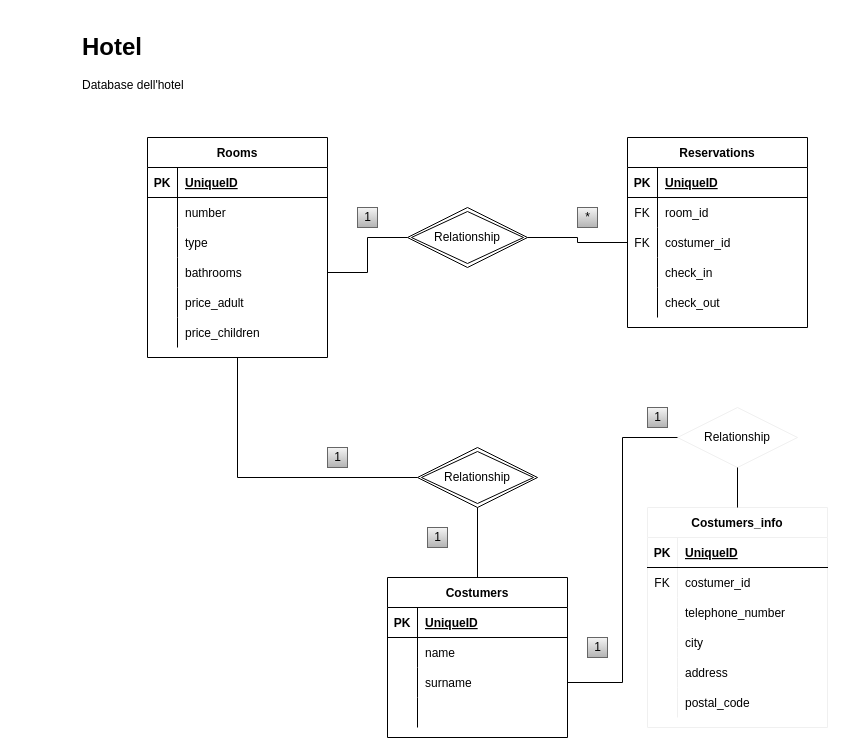
federico1989/db-first keeps this draw.io diagram as diagram.drawio. Above is the earlier version. Source tidied: cells renumbered, new cells numbered last; positions are measured from the earlier drawing's top-left corner, leaving out a move shared by most shapes. Both pictures are drawn from the tidied source at 100%, with x=0, y=0 at pixel (77, 27).
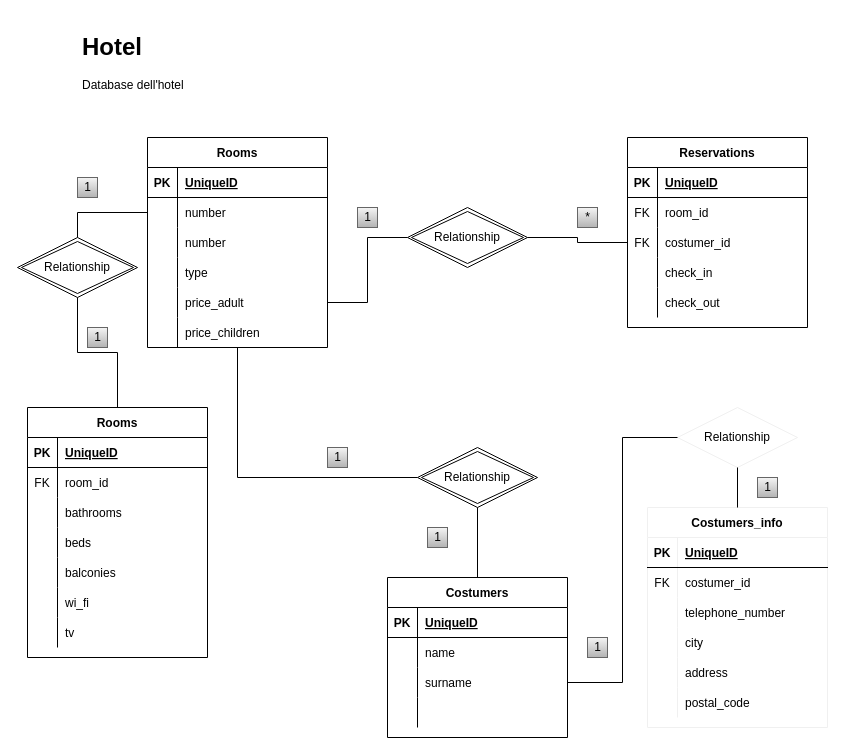
After the change.

Commit message (it also covers changes not shown here):
Info stanza

Aggiunta info della stanza nel database

The edit, as a diff of the source:
```diff
@@
     <mxCell id="3" value="Rooms" style="shape=table;startSize=30;childLayout=tableLayout;rowLines=0;fontStyle=1;align=center;" parent="1" vertex="1">
-      <mxGeometry x="70" y="110" width="180" height="220" as="geometry" />
+      <mxGeometry x="70" y="110" width="180" height="210" as="geometry" />
     </mxCell>
@@
+    <mxCell id="85" style="shape=partialRectangle;fillColor=none;top=0;left=0;bottom=0;right=0;points=[[0,0.5],[1,0.5]];portConstraint=eastwest;" parent="3" vertex="1">
+      <mxGeometry y="60" width="180" height="30" as="geometry" />
+    </mxCell>
+    <mxCell id="86" style="shape=partialRectangle;fillColor=none;top=0;left=0;bottom=0;right=0;overflow=hidden;" parent="85" vertex="1">
+      <mxGeometry width="30" height="30" as="geometry" />
+    </mxCell>
+    <mxCell id="87" value="number" style="shape=partialRectangle;fillColor=none;top=0;left=0;bottom=0;right=0;align=left;spacingLeft=6;overflow=hidden;" parent="85" vertex="1">
+      <mxGeometry x="30" width="150" height="30" as="geometry" />
+    </mxCell>
     <mxCell id="7" style="shape=partialRectangle;fillColor=none;top=0;left=0;bottom=0;right=0;" parent="3" vertex="1">
-      <mxGeometry y="60" width="180" height="30" as="geometry" />
+      <mxGeometry y="90" width="180" height="30" as="geometry" />
     </mxCell>
@@
     <mxCell id="10" style="shape=partialRectangle;fillColor=none;top=0;left=0;bottom=0;right=0;" parent="3" vertex="1">
-      <mxGeometry y="90" width="180" height="30" as="geometry" />
+      <mxGeometry y="120" width="180" height="30" as="geometry" />
     </mxCell>
@@
     <mxCell id="13" style="shape=partialRectangle;fillColor=none;top=0;left=0;bottom=0;right=0;points=[[0,0.5],[1,0.5]];portConstraint=eastwest;" parent="3" vertex="1">
-      <mxGeometry y="120" width="180" height="30" as="geometry" />
+      <mxGeometry y="150" width="180" height="30" as="geometry" />
     </mxCell>
@@
-    <mxCell id="15" value="bathrooms" style="shape=partialRectangle;fillColor=none;top=0;left=0;bottom=0;right=0;align=left;spacingLeft=6;overflow=hidden;" parent="13" vertex="1">
+    <mxCell id="15" style="shape=partialRectangle;fillColor=none;top=0;left=0;bottom=0;right=0;align=left;spacingLeft=6;overflow=hidden;" parent="13" vertex="1">
       <mxGeometry x="30" width="150" height="30" as="geometry" />
     </mxCell>
-    <mxCell id="16" style="shape=partialRectangle;fillColor=none;top=0;left=0;bottom=0;right=0;" parent="3" vertex="1">
-      <mxGeometry y="150" width="180" height="30" as="geometry" />
-    </mxCell>
-    <mxCell id="17" style="shape=partialRectangle;fillColor=none;top=0;left=0;bottom=0;right=0;overflow=hidden;" parent="16" vertex="1">
-      <mxGeometry width="30" height="30" as="geometry" />
-    </mxCell>
-    <mxCell id="18" value="price_adult" style="shape=partialRectangle;fillColor=none;top=0;left=0;bottom=0;right=0;align=left;spacingLeft=6;overflow=hidden;" parent="16" vertex="1">
-      <mxGeometry x="30" width="150" height="30" as="geometry" />
-    </mxCell>
@@
     <mxCell id="84" value="&lt;font color=&quot;#000000&quot;&gt;1&lt;/font&gt;" style="text;html=1;align=center;verticalAlign=middle;gradientColor=#b3b3b3;fillColor=#f5f5f5;strokeColor=#666666;" parent="1" vertex="1">
-      <mxGeometry x="570" y="380" width="20" height="20" as="geometry" />
+      <mxGeometry x="680" y="450" width="20" height="20" as="geometry" />
     </mxCell>
+    <mxCell id="88" value="Rooms" style="shape=table;startSize=30;childLayout=tableLayout;rowLines=0;fontStyle=1;align=center;" parent="1" vertex="1">
+      <mxGeometry x="-50" y="380" width="180" height="250" as="geometry" />
+    </mxCell>
+    <mxCell id="89" style="shape=partialRectangle;fillColor=none;top=0;left=0;bottom=1;right=0;" parent="88" vertex="1">
+      <mxGeometry y="30" width="180" height="30" as="geometry" />
+    </mxCell>
+    <mxCell id="90" value="PK" style="shape=partialRectangle;fillColor=none;top=0;left=0;bottom=0;right=0;fontStyle=1;overflow=hidden;" parent="89" vertex="1">
+      <mxGeometry width="30" height="30" as="geometry" />
+    </mxCell>
+    <mxCell id="91" value="UniqueID" style="shape=partialRectangle;fillColor=none;top=0;left=0;bottom=0;right=0;align=left;spacingLeft=6;fontStyle=5;overflow=hidden;" parent="89" vertex="1">
+      <mxGeometry x="30" width="150" height="30" as="geometry" />
+    </mxCell>
+    <mxCell id="92" style="shape=partialRectangle;fillColor=none;top=0;left=0;bottom=0;right=0;" parent="88" vertex="1">
+      <mxGeometry y="60" width="180" height="30" as="geometry" />
+    </mxCell>
+    <mxCell id="93" value="FK" style="shape=partialRectangle;fillColor=none;top=0;left=0;bottom=0;right=0;overflow=hidden;" parent="92" vertex="1">
+      <mxGeometry width="30" height="30" as="geometry" />
+    </mxCell>
+    <mxCell id="94" value="room_id" style="shape=partialRectangle;fillColor=none;top=0;left=0;bottom=0;right=0;align=left;spacingLeft=6;overflow=hidden;" parent="92" vertex="1">
+      <mxGeometry x="30" width="150" height="30" as="geometry" />
+    </mxCell>
+    <mxCell id="95" style="shape=partialRectangle;fillColor=none;top=0;left=0;bottom=0;right=0;" parent="88" vertex="1">
+      <mxGeometry y="90" width="180" height="30" as="geometry" />
+    </mxCell>
+    <mxCell id="96" style="shape=partialRectangle;fillColor=none;top=0;left=0;bottom=0;right=0;overflow=hidden;" parent="95" vertex="1">
+      <mxGeometry width="30" height="30" as="geometry" />
+    </mxCell>
+    <mxCell id="97" value="bathrooms" style="shape=partialRectangle;fillColor=none;top=0;left=0;bottom=0;right=0;align=left;spacingLeft=6;overflow=hidden;" parent="95" vertex="1">
+      <mxGeometry x="30" width="150" height="30" as="geometry" />
+    </mxCell>
+    <mxCell id="98" style="shape=partialRectangle;fillColor=none;top=0;left=0;bottom=0;right=0;" parent="88" vertex="1">
+      <mxGeometry y="120" width="180" height="30" as="geometry" />
+    </mxCell>
+    <mxCell id="99" style="shape=partialRectangle;fillColor=none;top=0;left=0;bottom=0;right=0;overflow=hidden;" parent="98" vertex="1">
+      <mxGeometry width="30" height="30" as="geometry" />
+    </mxCell>
+    <mxCell id="100" value="beds" style="shape=partialRectangle;fillColor=none;top=0;left=0;bottom=0;right=0;align=left;spacingLeft=6;overflow=hidden;" parent="98" vertex="1">
+      <mxGeometry x="30" width="150" height="30" as="geometry" />
+    </mxCell>
+    <mxCell id="16" style="shape=partialRectangle;fillColor=none;top=0;left=0;bottom=0;right=0;" parent="88" vertex="1">
+      <mxGeometry y="150" width="180" height="30" as="geometry" />
+    </mxCell>
+    <mxCell id="101" style="shape=partialRectangle;fillColor=none;top=0;left=0;bottom=0;right=0;overflow=hidden;" parent="16" vertex="1">
+      <mxGeometry width="30" height="30" as="geometry" />
+    </mxCell>
+    <mxCell id="102" value="balconies" style="shape=partialRectangle;fillColor=none;top=0;left=0;bottom=0;right=0;align=left;spacingLeft=6;overflow=hidden;" parent="16" vertex="1">
+      <mxGeometry x="30" width="150" height="30" as="geometry" />
+    </mxCell>
+    <mxCell id="103" style="shape=partialRectangle;fillColor=none;top=0;left=0;bottom=0;right=0;" parent="88" vertex="1">
+      <mxGeometry y="180" width="180" height="30" as="geometry" />
+    </mxCell>
+    <mxCell id="104" style="shape=partialRectangle;fillColor=none;top=0;left=0;bottom=0;right=0;overflow=hidden;" parent="103" vertex="1">
+      <mxGeometry width="30" height="30" as="geometry" />
+    </mxCell>
+    <mxCell id="105" value="wi_fi" style="shape=partialRectangle;fillColor=none;top=0;left=0;bottom=0;right=0;align=left;spacingLeft=6;overflow=hidden;" parent="103" vertex="1">
+      <mxGeometry x="30" width="150" height="30" as="geometry" />
+    </mxCell>
+    <mxCell id="106" style="shape=partialRectangle;fillColor=none;top=0;left=0;bottom=0;right=0;" parent="88" vertex="1">
+      <mxGeometry y="210" width="180" height="30" as="geometry" />
+    </mxCell>
+    <mxCell id="107" style="shape=partialRectangle;fillColor=none;top=0;left=0;bottom=0;right=0;overflow=hidden;" parent="106" vertex="1">
+      <mxGeometry width="30" height="30" as="geometry" />
+    </mxCell>
+    <mxCell id="108" value="tv" style="shape=partialRectangle;fillColor=none;top=0;left=0;bottom=0;right=0;align=left;spacingLeft=6;overflow=hidden;" parent="106" vertex="1">
+      <mxGeometry x="30" width="150" height="30" as="geometry" />
+    </mxCell>
+    <mxCell id="18" value="price_adult" style="shape=partialRectangle;fillColor=none;top=0;left=0;bottom=0;right=0;align=left;spacingLeft=6;overflow=hidden;" parent="1" vertex="1">
+      <mxGeometry x="100" y="260" width="150" height="30" as="geometry" />
+    </mxCell>
+    <mxCell id="109" value="Relationship" style="shape=rhombus;double=1;perimeter=rhombusPerimeter;whiteSpace=wrap;html=1;align=center;" parent="1" vertex="1">
+      <mxGeometry x="-60" y="210" width="120" height="60" as="geometry" />
+    </mxCell>
+    <mxCell id="110" style="endArrow=none;html=1;rounded=0;entryX=0.5;entryY=1;entryDx=0;entryDy=0;exitX=0.5;exitY=0;exitDx=0;exitDy=0;edgeStyle=orthogonalEdgeStyle;" parent="1" edge="1" source="88" target="109">
+      <mxGeometry relative="1" as="geometry" />
+    </mxCell>
+    <mxCell id="111" style="endArrow=none;html=1;rounded=0;exitX=0.5;exitY=0;exitDx=0;exitDy=0;entryX=0;entryY=0.5;entryDx=0;entryDy=0;edgeStyle=orthogonalEdgeStyle;" parent="1" edge="1" source="109" target="85">
+      <mxGeometry relative="1" as="geometry" />
+    </mxCell>
+    <mxCell id="112" value="&lt;font color=&quot;#000000&quot;&gt;1&lt;/font&gt;" style="text;html=1;align=center;verticalAlign=middle;gradientColor=#b3b3b3;fillColor=#f5f5f5;strokeColor=#666666;" parent="1" vertex="1">
+      <mxGeometry x="10" y="300" width="20" height="20" as="geometry" />
+    </mxCell>
+    <mxCell id="113" value="&lt;font color=&quot;#000000&quot;&gt;1&lt;/font&gt;" style="text;html=1;align=center;verticalAlign=middle;gradientColor=#b3b3b3;fillColor=#f5f5f5;strokeColor=#666666;" parent="1" vertex="1">
+      <mxGeometry y="150" width="20" height="20" as="geometry" />
+    </mxCell>
```
